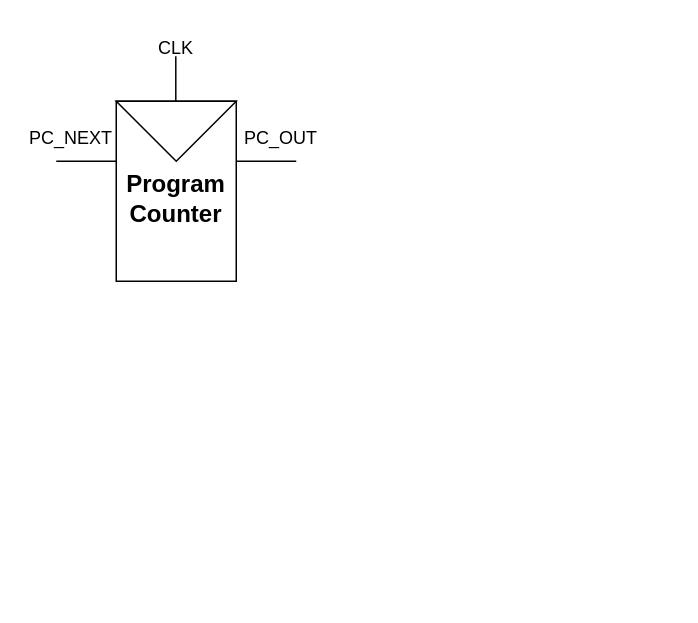
HamraAbrar0/RISCV64 keeps this draw.io diagram as Untitled Diagram.drawio. Above is the earlier version. Source tidied: cells renumbered, new cells numbered last; positions are measured from the earlier drawing's top-left corner, leaving out a move shared by most shapes. Both pictures are drawn from the tidied source at 150%, with x=0, y=0 at pixel (26, 26).
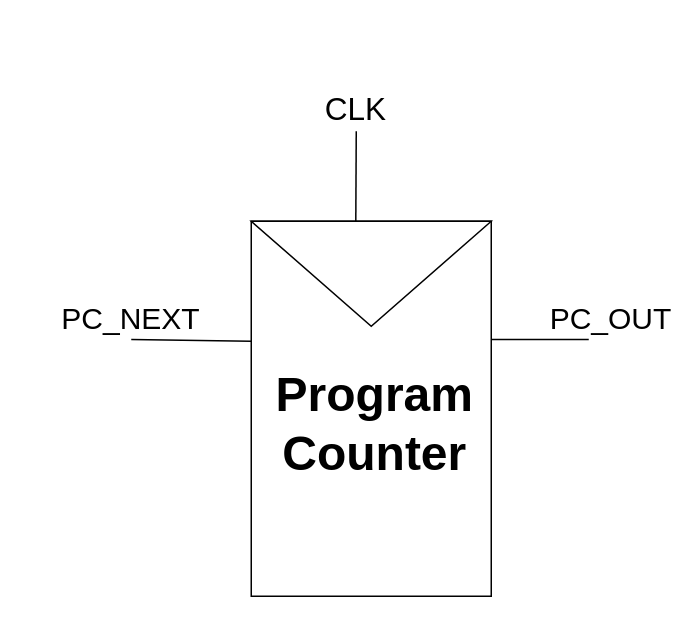
The same page after the edit.

The edit, as a diff of the source:
```diff
@@
 <mxGraphModel>
   <root>
     <mxCell id="0" />
     <mxCell id="1" parent="0" />
     <mxCell id="2" style="rounded=0;whiteSpace=wrap;html=1;" parent="1" vertex="1">
-      <mxGeometry x="60" y="50" width="80" height="120" as="geometry" />
+      <mxGeometry x="150" y="130" width="160" height="250" as="geometry" />
     </mxCell>
     <mxCell id="3" style="triangle;whiteSpace=wrap;html=1;rotation=90;" parent="1" vertex="1">
-      <mxGeometry x="80" y="30" width="40" height="80" as="geometry" />
+      <mxGeometry x="195" y="85" width="70" height="160" as="geometry" />
     </mxCell>
     <mxCell id="4" style="endArrow=none;html=1;rounded=0;" parent="1" edge="1">
       <mxGeometry relative="1" as="geometry">
-        <mxPoint x="99.7" y="50" as="sourcePoint" />
-        <mxPoint x="99.7" y="20" as="targetPoint" />
+        <mxPoint x="219.7" y="130" as="sourcePoint" />
+        <mxPoint x="220" y="70" as="targetPoint" />
       </mxGeometry>
     </mxCell>
-    <mxCell id="5" style="endArrow=none;html=1;rounded=0;" parent="1" edge="1">
+    <mxCell id="5" style="endArrow=none;html=1;rounded=0;exitX=0.5;exitY=1;exitDx=0;exitDy=0;" parent="1" edge="1" source="8">
       <mxGeometry relative="1" as="geometry">
-        <mxPoint x="20" y="90" as="sourcePoint" />
-        <mxPoint x="60" y="90" as="targetPoint" />
+        <mxPoint x="150" y="210" as="targetPoint" />
       </mxGeometry>
     </mxCell>
-    <mxCell id="6" style="endArrow=none;html=1;rounded=0;" parent="1" edge="1">
+    <mxCell id="6" style="endArrow=none;html=1;rounded=0;entryX=0.25;entryY=1;entryDx=0;entryDy=0;" parent="1" edge="1" target="9">
       <mxGeometry relative="1" as="geometry">
-        <mxPoint x="140" y="90" as="sourcePoint" />
-        <mxPoint x="180" y="90" as="targetPoint" />
+        <mxPoint x="310" y="208.8" as="sourcePoint" />
       </mxGeometry>
     </mxCell>
-    <mxCell id="7" value="CLK" style="text;strokeColor=none;align=center;fillColor=none;html=1;verticalAlign=middle;whiteSpace=wrap;rounded=0;" parent="1" vertex="1">
-      <mxGeometry x="70" width="60" height="30" as="geometry" />
+    <mxCell id="7" value="&lt;font style=&quot;font-size: 21px;&quot;&gt;CLK&lt;/font&gt;" style="text;strokeColor=none;align=center;fillColor=none;html=1;verticalAlign=middle;whiteSpace=wrap;rounded=0;" parent="1" vertex="1">
+      <mxGeometry x="190" y="40" width="60" height="30" as="geometry" />
     </mxCell>
-    <mxCell id="8" value="PC_NEXT" style="text;strokeColor=none;align=center;fillColor=none;html=1;verticalAlign=middle;whiteSpace=wrap;rounded=0;" parent="1" vertex="1">
-      <mxGeometry y="60" width="60" height="30" as="geometry" />
+    <mxCell id="8" value="&lt;font style=&quot;font-size: 20px;&quot;&gt;PC_NEXT&lt;/font&gt;" style="text;strokeColor=none;align=center;fillColor=none;html=1;verticalAlign=middle;whiteSpace=wrap;rounded=0;" parent="1" vertex="1">
+      <mxGeometry x="40" y="178.8" width="60" height="30" as="geometry" />
     </mxCell>
-    <mxCell id="9" value="PC_OUT" style="text;strokeColor=none;align=center;fillColor=none;html=1;verticalAlign=middle;whiteSpace=wrap;rounded=0;" parent="1" vertex="1">
-      <mxGeometry x="140" y="60" width="60" height="30" as="geometry" />
+    <mxCell id="9" value="&lt;font style=&quot;font-size: 20px;&quot;&gt;PC_OUT&lt;/font&gt;" style="text;strokeColor=none;align=center;fillColor=none;html=1;verticalAlign=middle;whiteSpace=wrap;rounded=0;" parent="1" vertex="1">
+      <mxGeometry x="360" y="178.8" width="60" height="30" as="geometry" />
     </mxCell>
-    <mxCell id="10" value="&lt;font style=&quot;font-size: 16px;&quot;&gt;&lt;b&gt;Program Counter&lt;/b&gt;&lt;/font&gt;" style="text;strokeColor=none;align=center;fillColor=none;html=1;verticalAlign=middle;whiteSpace=wrap;rounded=0;" parent="1" vertex="1">
-      <mxGeometry x="70" y="100" width="60" height="30" as="geometry" />
+    <mxCell id="10" value="&lt;font style=&quot;font-size: 32px;&quot;&gt;Program Counter&lt;/font&gt;" style="text;strokeColor=none;align=center;fillColor=none;html=1;verticalAlign=middle;whiteSpace=wrap;rounded=0;fontStyle=1;" parent="1" vertex="1">
+      <mxGeometry x="195" y="250" width="75" height="30" as="geometry" />
     </mxCell>
   </root>
 </mxGraphModel>
```
